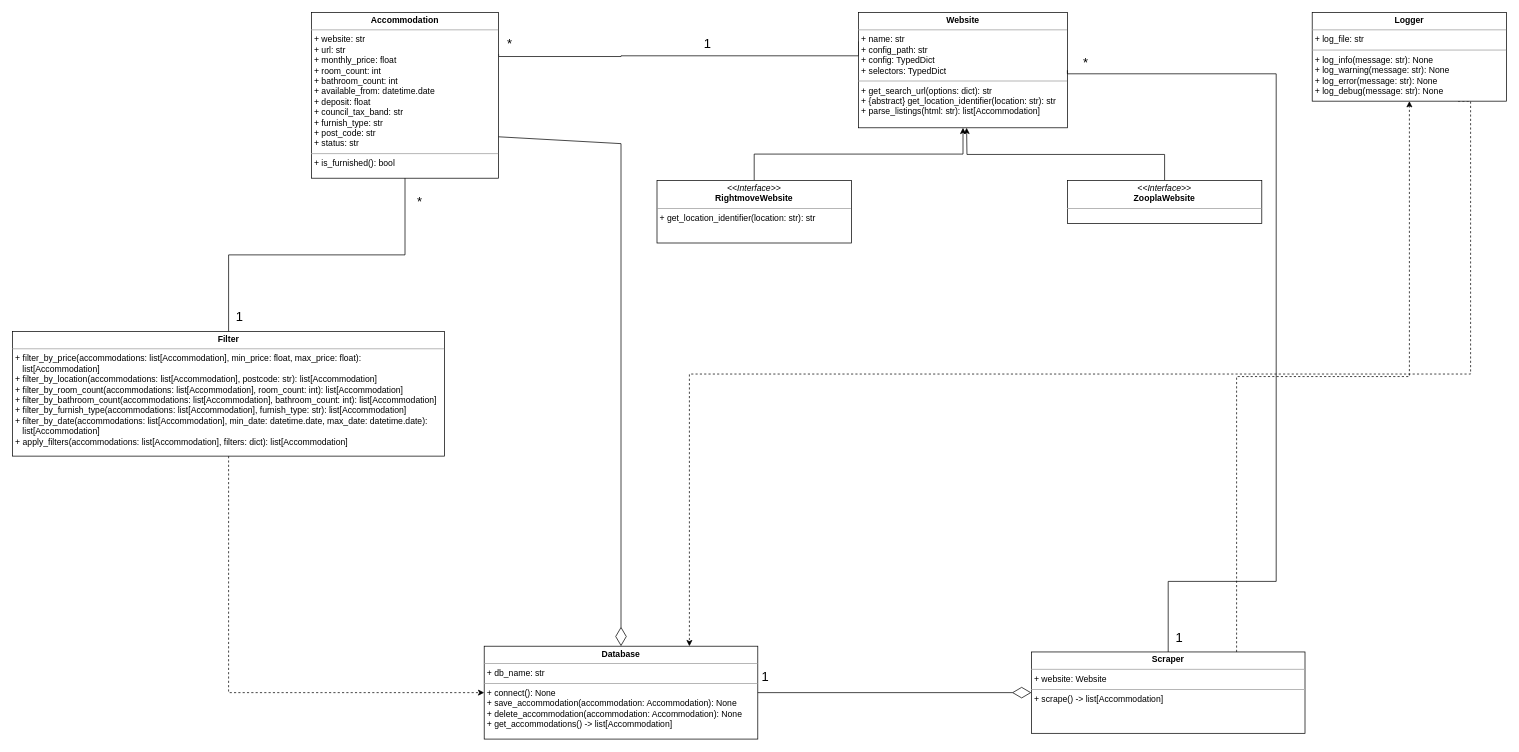
This is UML Diagram.drawio from Adam-Calleja/rightmove_web_scraper, a draw.io file, before an edit. Source tidied: cells renumbered, new cells numbered last; positions are measured from the earlier drawing's top-left corner, leaving out a move shared by most shapes. Both pictures are drawn from the tidied source at 72%, with x=0, y=0 at pixel (12, 12).
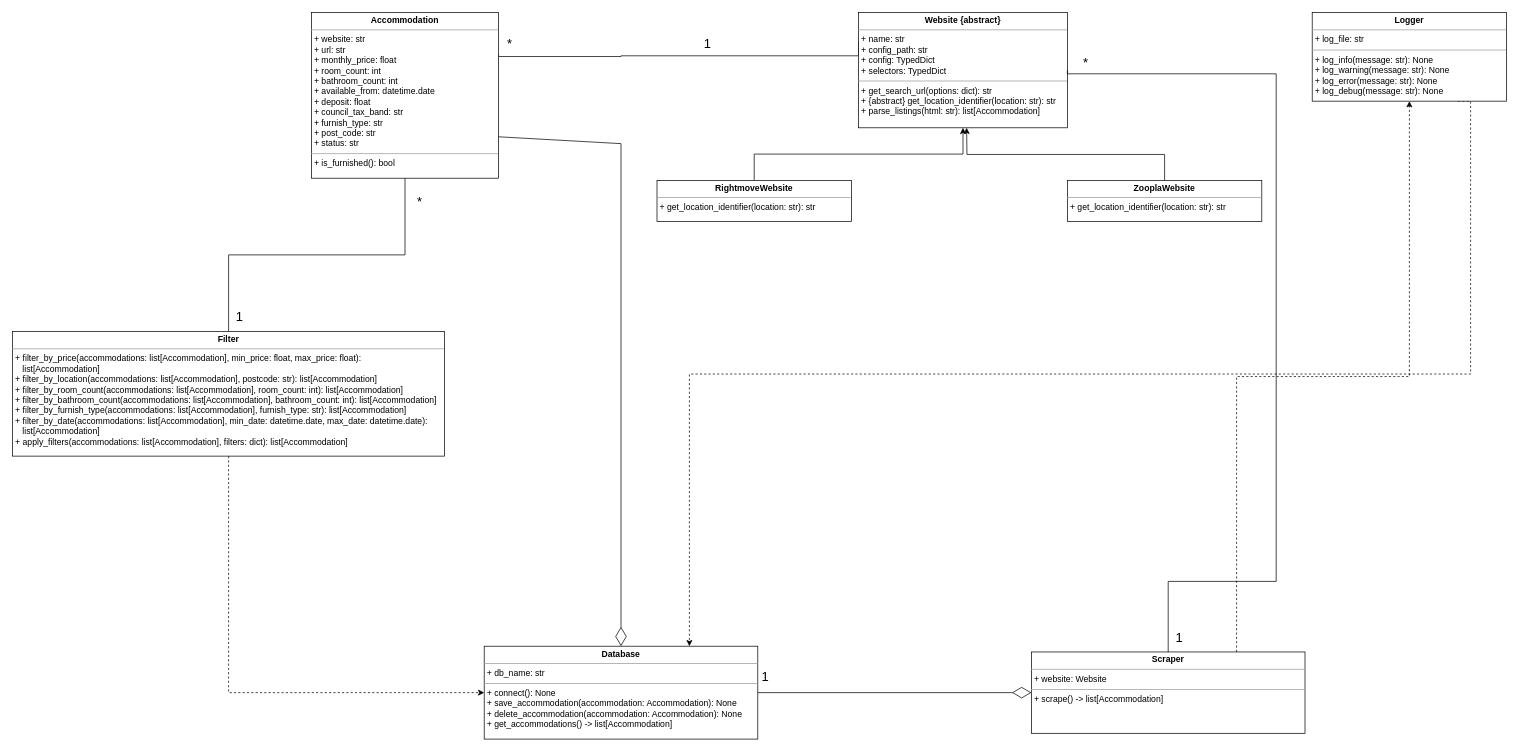
The same diagram, later.

Commit message:
Modify UML Diagram

Modified the name of the Website class to include {abstract}.
This makes it clear that Website is an Abstract Base Class.

Removed <<interface>> from the header of the RightmoveWebsite
and ZooplaWebsite classes. This was an error.

Added the get_location_identifier method to the ZooplaWebsite
class. This should have been there before as it must be overwritten.

What changed in the source:
```diff
@@
-    <mxCell id="4" value="&lt;p style=&quot;margin:0px;margin-top:4px;text-align:center;&quot;&gt;&lt;b&gt;Website&lt;/b&gt;&lt;/p&gt;&lt;hr size=&quot;1&quot;&gt;&lt;p style=&quot;margin:0px;margin-left:4px;&quot;&gt;+ name: str&lt;br&gt;+ config_path: str&lt;/p&gt;&lt;p style=&quot;margin:0px;margin-left:4px;&quot;&gt;&lt;span style=&quot;background-color: transparent; color: light-dark(rgb(0, 0, 0), rgb(255, 255, 255));&quot;&gt;+ config: TypedDict&lt;/span&gt;&lt;/p&gt;&lt;p style=&quot;margin:0px;margin-left:4px;&quot;&gt;&lt;span style=&quot;background-color: transparent; color: light-dark(rgb(0, 0, 0), rgb(255, 255, 255));&quot;&gt;+ selectors: TypedDict&lt;/span&gt;&lt;/p&gt;&lt;hr size=&quot;1&quot;&gt;&lt;p style=&quot;margin:0px;margin-left:4px;&quot;&gt;+ get_search_url(options: dict): str&lt;/p&gt;&lt;p style=&quot;margin:0px;margin-left:4px;&quot;&gt;+ {abstract} get_location_identifier(location: str): str&lt;/p&gt;&lt;p style=&quot;margin:0px;margin-left:4px;&quot;&gt;+ parse_listings(html: str): list[Accommodation]&lt;br&gt;&lt;/p&gt;" style="verticalAlign=top;align=left;overflow=fill;fontSize=12;fontFamily=Helvetica;html=1;rounded=0;shadow=0;comic=0;labelBackgroundColor=none;strokeWidth=1;" parent="1" vertex="1">
+    <mxCell id="4" value="&lt;p style=&quot;margin:0px;margin-top:4px;text-align:center;&quot;&gt;&lt;b&gt;Website {abstract}&lt;/b&gt;&lt;/p&gt;&lt;hr size=&quot;1&quot;&gt;&lt;p style=&quot;margin:0px;margin-left:4px;&quot;&gt;+ name: str&lt;br&gt;+ config_path: str&lt;/p&gt;&lt;p style=&quot;margin:0px;margin-left:4px;&quot;&gt;&lt;span style=&quot;background-color: transparent; color: light-dark(rgb(0, 0, 0), rgb(255, 255, 255));&quot;&gt;+ config: TypedDict&lt;/span&gt;&lt;/p&gt;&lt;p style=&quot;margin:0px;margin-left:4px;&quot;&gt;&lt;span style=&quot;background-color: transparent; color: light-dark(rgb(0, 0, 0), rgb(255, 255, 255));&quot;&gt;+ selectors: TypedDict&lt;/span&gt;&lt;/p&gt;&lt;hr size=&quot;1&quot;&gt;&lt;p style=&quot;margin:0px;margin-left:4px;&quot;&gt;+ get_search_url(options: dict): str&lt;/p&gt;&lt;p style=&quot;margin:0px;margin-left:4px;&quot;&gt;+ {abstract} get_location_identifier(location: str): str&lt;/p&gt;&lt;p style=&quot;margin:0px;margin-left:4px;&quot;&gt;+ parse_listings(html: str): list[Accommodation]&lt;br&gt;&lt;/p&gt;" style="verticalAlign=top;align=left;overflow=fill;fontSize=12;fontFamily=Helvetica;html=1;rounded=0;shadow=0;comic=0;labelBackgroundColor=none;strokeWidth=1;" parent="1" vertex="1">
       <mxGeometry x="1175" width="290" height="160" as="geometry" />
     </mxCell>
@@
-    <mxCell id="24" value="&lt;p style=&quot;margin:0px;margin-top:4px;text-align:center;&quot;&gt;&lt;i&gt;&amp;lt;&amp;lt;Interface&amp;gt;&amp;gt;&lt;/i&gt;&lt;br&gt;&lt;b&gt;RightmoveWebsite&lt;/b&gt;&lt;/p&gt;&lt;hr size=&quot;1&quot;&gt;&lt;p style=&quot;margin:0px;margin-left:4px;&quot;&gt;&lt;span style=&quot;background-color: transparent; color: light-dark(rgb(0, 0, 0), rgb(255, 255, 255));&quot;&gt;+ get_location_identifier(location: str): str&lt;/span&gt;&lt;/p&gt;&lt;p style=&quot;margin:0px;margin-left:4px;&quot;&gt;&lt;br&gt;&lt;/p&gt;" style="verticalAlign=top;align=left;overflow=fill;fontSize=12;fontFamily=Helvetica;html=1;rounded=0;shadow=0;comic=0;labelBackgroundColor=none;strokeWidth=1;" parent="1" vertex="1">
-      <mxGeometry x="895" y="233" width="270" height="87" as="geometry" />
+    <mxCell id="24" value="&lt;p style=&quot;margin:0px;margin-top:4px;text-align:center;&quot;&gt;&lt;b&gt;RightmoveWebsite&lt;/b&gt;&lt;/p&gt;&lt;hr size=&quot;1&quot;&gt;&lt;p style=&quot;margin:0px;margin-left:4px;&quot;&gt;&lt;span style=&quot;background-color: transparent; color: light-dark(rgb(0, 0, 0), rgb(255, 255, 255));&quot;&gt;+ get_location_identifier(location: str): str&lt;/span&gt;&lt;/p&gt;&lt;p style=&quot;margin:0px;margin-left:4px;&quot;&gt;&lt;br&gt;&lt;/p&gt;" style="verticalAlign=top;align=left;overflow=fill;fontSize=12;fontFamily=Helvetica;html=1;rounded=0;shadow=0;comic=0;labelBackgroundColor=none;strokeWidth=1;" parent="1" vertex="1">
+      <mxGeometry x="895" y="233" width="270" height="57" as="geometry" />
     </mxCell>
@@
-    <mxCell id="26" value="&lt;p style=&quot;margin:0px;margin-top:4px;text-align:center;&quot;&gt;&lt;i&gt;&amp;lt;&amp;lt;Interface&amp;gt;&amp;gt;&lt;/i&gt;&lt;br&gt;&lt;b&gt;ZooplaWebsite&lt;/b&gt;&lt;/p&gt;&lt;hr size=&quot;1&quot;&gt;&lt;p style=&quot;margin:0px;margin-left:4px;&quot;&gt;&lt;br&gt;&lt;/p&gt;" style="verticalAlign=top;align=left;overflow=fill;fontSize=12;fontFamily=Helvetica;html=1;rounded=0;shadow=0;comic=0;labelBackgroundColor=none;strokeWidth=1;" parent="1" vertex="1">
-      <mxGeometry x="1465" y="233" width="270" height="60" as="geometry" />
+    <mxCell id="26" value="&lt;p style=&quot;margin:0px;margin-top:4px;text-align:center;&quot;&gt;&lt;b&gt;ZooplaWebsite&lt;/b&gt;&lt;/p&gt;&lt;hr size=&quot;1&quot;&gt;&lt;p style=&quot;margin:0px;margin-left:4px;&quot;&gt;+ get_location_identifier(location: str): str&lt;/p&gt;" style="verticalAlign=top;align=left;overflow=fill;fontSize=12;fontFamily=Helvetica;html=1;rounded=0;shadow=0;comic=0;labelBackgroundColor=none;strokeWidth=1;" parent="1" vertex="1">
+      <mxGeometry x="1465" y="233" width="270" height="57" as="geometry" />
     </mxCell>
```
